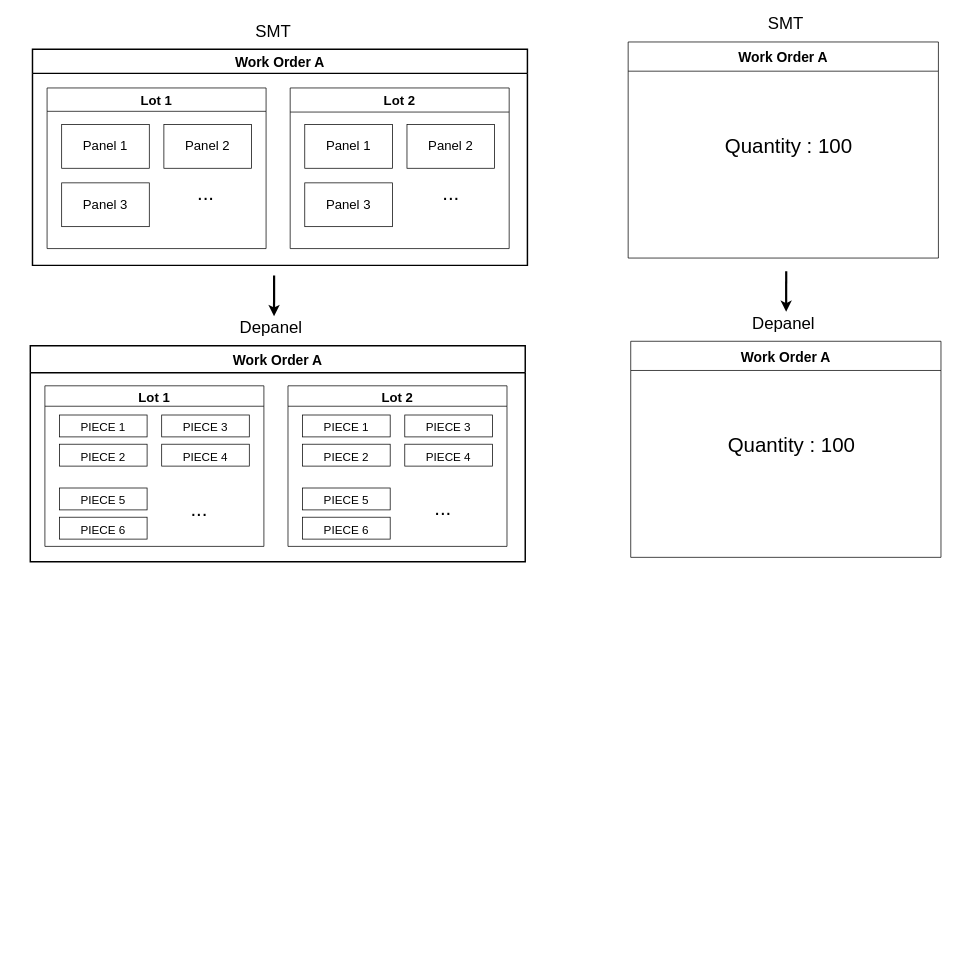
Above: page "WO LOT PANEL PIECE" (2 of 3) of MES POC.drawio in vinceliao99/MyDiagrams (draw.io), before the change. Source tidied: cells renumbered, new cells numbered last; positions are measured from the earlier drawing's top-left corner, leaving out a move shared by most shapes. Both pictures are drawn from the tidied source at 73%, with x=0, y=0 at pixel (30, 12).
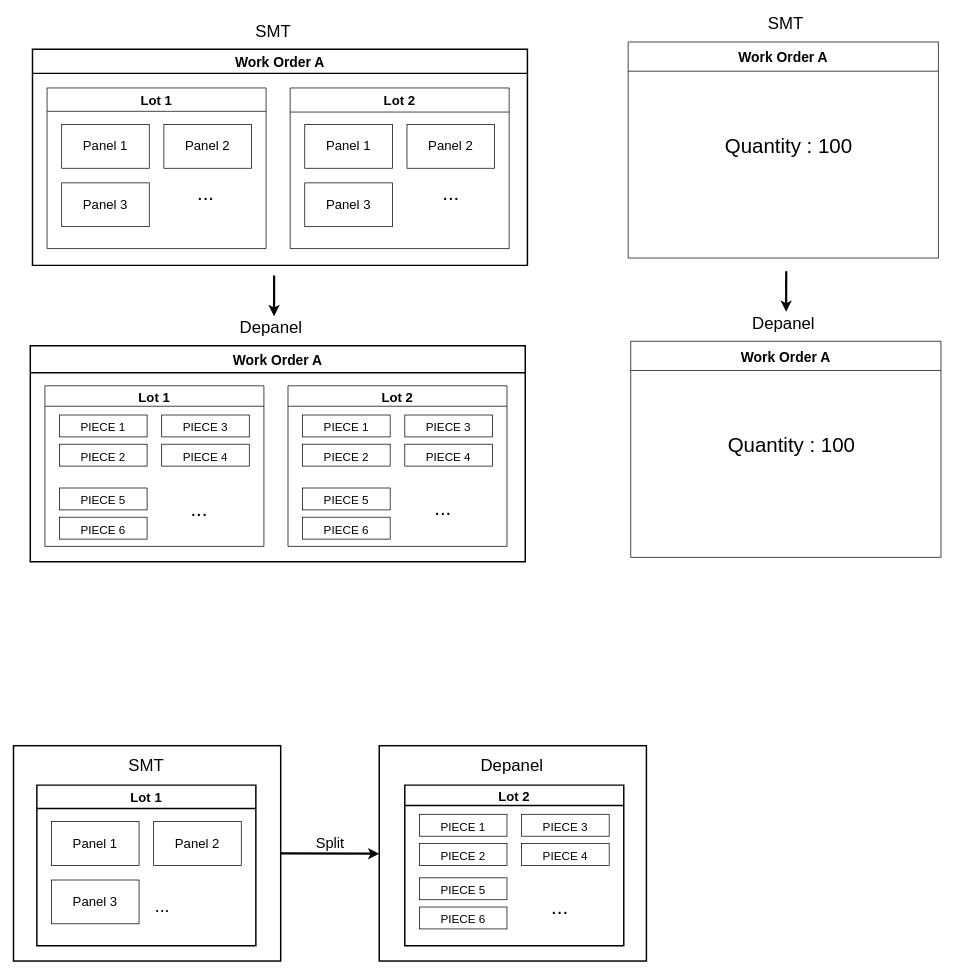
Above is the later version.

Diff of the diagram source:
```diff
@@
+    <mxCell id="40" style="rounded=0;whiteSpace=wrap;html=1;fontSize=24;strokeWidth=2;" parent="1" vertex="1">
+      <mxGeometry x="-23" y="1004" width="366" height="295" as="geometry" />
+    </mxCell>
@@
+    <mxCell id="41" value="Lot 1" style="swimlane;fontSize=18;startSize=32;strokeWidth=2;" parent="1" vertex="1">
+      <mxGeometry x="9" y="1058" width="300" height="220" as="geometry" />
+    </mxCell>
+    <mxCell id="42" value="&lt;font style=&quot;font-size: 18px;&quot;&gt;Panel 1&lt;/font&gt;" style="rounded=0;whiteSpace=wrap;html=1;fontSize=16;" parent="41" vertex="1">
+      <mxGeometry x="20" y="50" width="120" height="60" as="geometry" />
+    </mxCell>
+    <mxCell id="43" value="&lt;font style=&quot;font-size: 18px;&quot;&gt;Panel 2&lt;/font&gt;" style="rounded=0;whiteSpace=wrap;html=1;fontSize=16;" parent="41" vertex="1">
+      <mxGeometry x="160" y="50" width="120" height="60" as="geometry" />
+    </mxCell>
+    <mxCell id="44" value="&lt;font style=&quot;font-size: 18px;&quot;&gt;Panel 3&lt;/font&gt;" style="rounded=0;whiteSpace=wrap;html=1;fontSize=16;" parent="41" vertex="1">
+      <mxGeometry x="20" y="130" width="120" height="60" as="geometry" />
+    </mxCell>
+    <mxCell id="45" value="&lt;font style=&quot;font-size: 24px;&quot;&gt;...&lt;/font&gt;" style="text;whiteSpace=wrap;html=1;fontSize=19;" parent="41" vertex="1">
+      <mxGeometry x="160" y="145" width="44" height="45" as="geometry" />
+    </mxCell>
+    <mxCell id="46" value="SMT" style="text;html=1;strokeColor=none;fillColor=none;align=center;verticalAlign=middle;whiteSpace=wrap;rounded=0;fontSize=23;" parent="1" vertex="1">
+      <mxGeometry x="129" y="1016" width="60" height="30" as="geometry" />
+    </mxCell>
+    <mxCell id="47" style="endArrow=classic;html=1;rounded=0;fontSize=24;exitX=1;exitY=0.5;exitDx=0;exitDy=0;strokeWidth=3;" parent="1" edge="1" source="40">
+      <mxGeometry relative="1" as="geometry">
+        <mxPoint x="478" y="1152" as="targetPoint" />
+      </mxGeometry>
+    </mxCell>
+    <mxCell id="48" style="rounded=0;whiteSpace=wrap;html=1;fontSize=24;strokeWidth=2;" parent="1" vertex="1">
+      <mxGeometry x="478" y="1004" width="366" height="295" as="geometry" />
+    </mxCell>
+    <mxCell id="49" value="Depanel" style="text;html=1;strokeColor=none;fillColor=none;align=center;verticalAlign=middle;whiteSpace=wrap;rounded=0;fontSize=23;" parent="1" vertex="1">
+      <mxGeometry x="630" y="1016" width="60" height="30" as="geometry" />
+    </mxCell>
+    <mxCell id="50" value="&lt;font style=&quot;font-size: 20px;&quot;&gt;Split&lt;/font&gt;" style="text;html=1;strokeColor=none;fillColor=none;align=center;verticalAlign=middle;whiteSpace=wrap;rounded=0;fontSize=24;" parent="1" vertex="1">
+      <mxGeometry x="381" y="1121" width="60" height="30" as="geometry" />
+    </mxCell>
+    <mxCell id="51" value="Lot 2" style="swimlane;fontSize=18;startSize=28;strokeWidth=2;" parent="1" vertex="1">
+      <mxGeometry x="513" y="1058" width="300" height="220" as="geometry" />
+    </mxCell>
+    <mxCell id="52" value="&lt;font style=&quot;font-size: 16px&quot;&gt;PIECE 1&lt;/font&gt;" style="rounded=0;whiteSpace=wrap;html=1;sketch=0;fontSize=24;fontColor=none;" parent="1" vertex="1">
+      <mxGeometry x="533" y="1098" width="120" height="30" as="geometry" />
+    </mxCell>
+    <mxCell id="53" value="&lt;font style=&quot;font-size: 16px&quot;&gt;PIECE 2&lt;/font&gt;" style="rounded=0;whiteSpace=wrap;html=1;sketch=0;fontSize=24;fontColor=none;" parent="1" vertex="1">
+      <mxGeometry x="533" y="1138" width="120" height="30" as="geometry" />
+    </mxCell>
+    <mxCell id="54" value="&lt;font style=&quot;font-size: 16px&quot;&gt;PIECE 3&lt;/font&gt;" style="rounded=0;whiteSpace=wrap;html=1;sketch=0;fontSize=24;fontColor=none;" parent="1" vertex="1">
+      <mxGeometry x="673" y="1098" width="120" height="30" as="geometry" />
+    </mxCell>
+    <mxCell id="55" value="&lt;font style=&quot;font-size: 16px&quot;&gt;PIECE 4&lt;/font&gt;" style="rounded=0;whiteSpace=wrap;html=1;sketch=0;fontSize=24;fontColor=none;" parent="1" vertex="1">
+      <mxGeometry x="673" y="1138" width="120" height="30" as="geometry" />
+    </mxCell>
+    <mxCell id="56" value="&lt;font style=&quot;font-size: 16px&quot;&gt;PIECE 5&lt;/font&gt;" style="rounded=0;whiteSpace=wrap;html=1;sketch=0;fontSize=24;fontColor=none;" parent="1" vertex="1">
+      <mxGeometry x="533" y="1185" width="120" height="30" as="geometry" />
+    </mxCell>
+    <mxCell id="57" value="&lt;font style=&quot;font-size: 16px&quot;&gt;PIECE 6&lt;/font&gt;" style="rounded=0;whiteSpace=wrap;html=1;sketch=0;fontSize=24;fontColor=none;" parent="1" vertex="1">
+      <mxGeometry x="533" y="1225" width="120" height="30" as="geometry" />
+    </mxCell>
+    <mxCell id="58" value="&lt;font style=&quot;font-size: 28px;&quot;&gt;...&lt;/font&gt;" style="text;html=1;align=center;verticalAlign=middle;strokeColor=none;fillColor=none;fontColor=#000000;" parent="1" vertex="1">
+      <mxGeometry x="704" y="1202" width="41" height="46" as="geometry" />
+    </mxCell>
```
